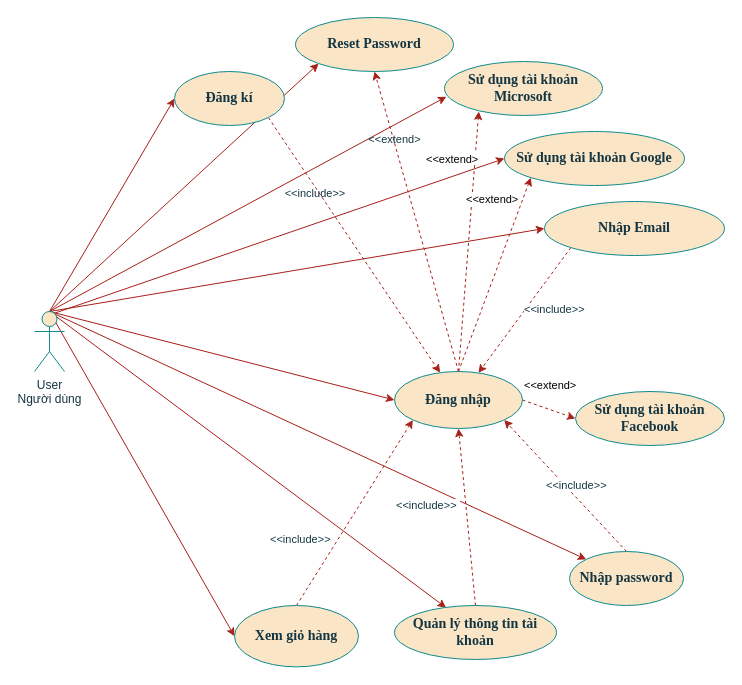
Above: page "Admin" (5 of 5) of shop-hubLaps.drawio in trinhkhanh29/Shop-hubLaps (draw.io), before the change. Source tidied: cells renumbered, new cells numbered last; positions are measured from the earlier drawing's top-left corner, leaving out a move shared by most shapes. Both pictures are drawn from the tidied source at 100%, with x=0, y=0 at pixel (34, 17).
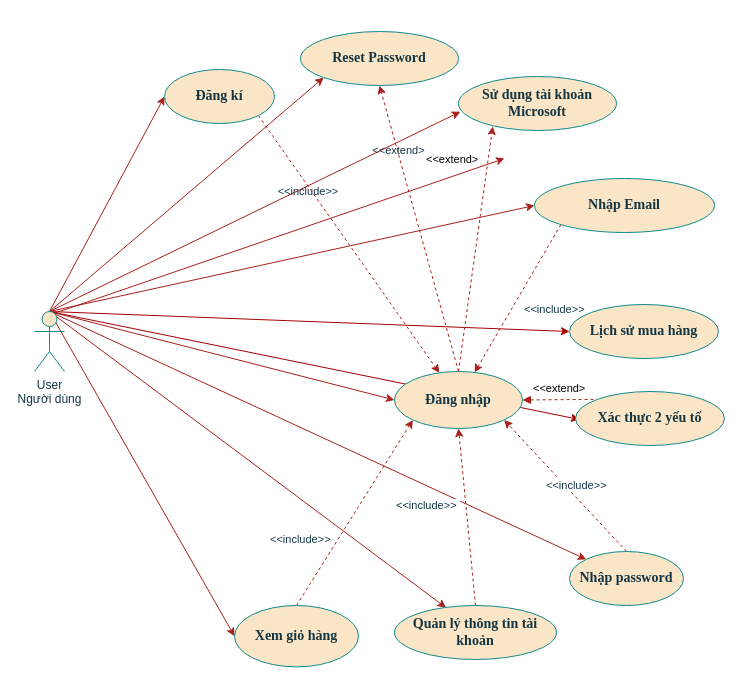
The same page after the edit.

The change refers to these unchanged cells:
```xml
<mxCell id="11" value="User&lt;div&gt;Người dùng&lt;/div&gt;" style="shape=umlActor;verticalLabelPosition=bottom;verticalAlign=top;html=1;labelBackgroundColor=none;fillColor=#FAE5C7;strokeColor=#0F8B8D;fontColor=#143642;" parent="1" vertex="1">
  <mxGeometry y="294" width="30" height="60" as="geometry" />
</mxCell>
<mxCell id="22" value="&lt;b&gt;Đăng nhập&lt;/b&gt;" style="ellipse;whiteSpace=wrap;html=1;fontFamily=Times New Roman;fontSize=14;labelBackgroundColor=none;fillColor=#FAE5C7;strokeColor=#0F8B8D;fontColor=#143642;" parent="1" vertex="1">
  <mxGeometry x="360" y="354" width="128" height="57" as="geometry" />
</mxCell>
```

Diff of the diagram source:
```diff
@@
-    <mxCell id="6" style="edgeStyle=none;rounded=0;jettySize=auto;html=1;exitX=0.25;exitY=0.1;exitDx=0;exitDy=0;exitPerimeter=0;entryX=0;entryY=0.5;entryDx=0;entryDy=0;labelBackgroundColor=none;strokeColor=#A8201A;fontColor=default;" parent="1" edge="1" source="11" target="32">
-      <mxGeometry relative="1" as="geometry" />
+    <mxCell id="6" style="edgeStyle=none;rounded=0;jettySize=auto;html=1;exitX=0.25;exitY=0.1;exitDx=0;exitDy=0;exitPerimeter=0;entryX=0;entryY=0.5;entryDx=0;entryDy=0;labelBackgroundColor=none;strokeColor=#A8201A;fontColor=default;" parent="1" edge="1" source="11">
+      <mxGeometry relative="1" as="geometry">
+        <mxPoint x="470" y="141" as="targetPoint" />
+      </mxGeometry>
     </mxCell>
@@
+    <mxCell id="43" style="rounded=0;jettySize=auto;html=1;exitX=0.5;exitY=0;exitDx=0;exitDy=0;exitPerimeter=0;entryX=0;entryY=0.5;entryDx=0;entryDy=0;strokeColor=#a80000;" parent="1" edge="1" source="11" target="45">
+      <mxGeometry relative="1" as="geometry" />
+    </mxCell>
+    <mxCell id="44" style="rounded=0;jettySize=auto;html=1;exitX=0.5;exitY=0;exitDx=0;exitDy=0;exitPerimeter=0;entryX=0.027;entryY=0.519;entryDx=0;entryDy=0;strokeColor=#a30000;entryPerimeter=0;" parent="1" edge="1" source="11" target="29">
+      <mxGeometry relative="1" as="geometry" />
+    </mxCell>
@@
     <mxCell id="12" value="&lt;b&gt;Reset Password&lt;/b&gt;" style="ellipse;whiteSpace=wrap;html=1;fontFamily=Times New Roman;fontSize=14;labelBackgroundColor=none;fillColor=#FAE5C7;strokeColor=#0F8B8D;fontColor=#143642;" parent="1" vertex="1">
-      <mxGeometry x="261" width="158" height="54" as="geometry" />
+      <mxGeometry x="266" y="14" width="158" height="54" as="geometry" />
     </mxCell>
@@
     <mxCell id="17" value="&lt;b&gt;Đăng kí&lt;/b&gt;" style="ellipse;whiteSpace=wrap;html=1;fontFamily=Times New Roman;fontSize=14;labelBackgroundColor=none;fillColor=#FAE5C7;strokeColor=#0F8B8D;fontColor=#143642;" parent="1" vertex="1">
-      <mxGeometry x="140" y="54" width="110" height="54" as="geometry" />
+      <mxGeometry x="130" y="52" width="110" height="54" as="geometry" />
     </mxCell>
@@
-    <mxCell id="20" style="edgeStyle=none;rounded=0;jettySize=auto;html=1;exitX=0.5;exitY=0;exitDx=0;exitDy=0;entryX=0;entryY=1;entryDx=0;entryDy=0;dashed=1;labelBackgroundColor=none;strokeColor=#A8201A;fontColor=default;" parent="1" edge="1" source="22" target="32">
-      <mxGeometry relative="1" as="geometry" />
-    </mxCell>
-    <mxCell id="21" style="edgeStyle=none;rounded=0;jettySize=auto;html=1;exitX=1;exitY=0.5;exitDx=0;exitDy=0;entryX=0;entryY=0.5;entryDx=0;entryDy=0;dashed=1;labelBackgroundColor=none;strokeColor=#A8201A;fontColor=default;" parent="1" edge="1" source="22" target="29">
+    <mxCell id="21" style="edgeStyle=none;rounded=0;jettySize=auto;html=1;exitX=1;exitY=0.5;exitDx=0;exitDy=0;entryX=0;entryY=0;entryDx=0;entryDy=0;dashed=1;labelBackgroundColor=none;strokeColor=#A8201A;fontColor=default;startArrow=block;startFill=1;endArrow=none;endFill=0;" parent="1" edge="1" source="22" target="29">
       <mxGeometry relative="1" as="geometry" />
     </mxCell>
@@
-    <mxCell id="29" value="&lt;b&gt;Sử dụng tài khoản Facebook&lt;/b&gt;" style="ellipse;whiteSpace=wrap;html=1;fontFamily=Times New Roman;fontSize=14;labelBackgroundColor=none;fillColor=#FAE5C7;strokeColor=#0F8B8D;fontColor=#143642;" parent="1" vertex="1">
+    <mxCell id="29" value="&lt;b&gt;Xác thực 2 yếu tố&lt;/b&gt;" style="ellipse;whiteSpace=wrap;html=1;fontFamily=Times New Roman;fontSize=14;labelBackgroundColor=none;fillColor=#FAE5C7;strokeColor=#0F8B8D;fontColor=#143642;" parent="1" vertex="1">
       <mxGeometry x="541" y="374" width="149" height="54" as="geometry" />
     </mxCell>
@@
     <mxCell id="31" value="&lt;b&gt;Sử dụng tài khoản Microsoft&lt;/b&gt;" style="ellipse;whiteSpace=wrap;html=1;fontFamily=Times New Roman;fontSize=14;labelBackgroundColor=none;fillColor=#FAE5C7;strokeColor=#0F8B8D;fontColor=#143642;" parent="1" vertex="1">
-      <mxGeometry x="410" y="44" width="158" height="54" as="geometry" />
+      <mxGeometry x="424" y="59" width="158" height="54" as="geometry" />
     </mxCell>
-    <mxCell id="32" value="&lt;b&gt;Sử dụng tài khoản Google&lt;/b&gt;" style="ellipse;whiteSpace=wrap;html=1;fontFamily=Times New Roman;fontSize=14;labelBackgroundColor=none;fillColor=#FAE5C7;strokeColor=#0F8B8D;fontColor=#143642;" parent="1" vertex="1">
-      <mxGeometry x="470" y="114" width="180" height="54" as="geometry" />
-    </mxCell>
@@
     <mxCell id="34" value="&lt;b&gt;Nhập Email&lt;/b&gt;" style="ellipse;whiteSpace=wrap;html=1;fontFamily=Times New Roman;fontSize=14;labelBackgroundColor=none;fillColor=#FAE5C7;strokeColor=#0F8B8D;fontColor=#143642;" parent="1" vertex="1">
-      <mxGeometry x="510" y="184" width="180" height="54" as="geometry" />
+      <mxGeometry x="500" y="161" width="180" height="54" as="geometry" />
     </mxCell>
@@
-    <mxCell id="37" value="&lt;span style=&quot;color: rgb(0, 0, 0); font-family: Helvetica; font-size: 11px; font-style: normal; font-variant-ligatures: normal; font-variant-caps: normal; font-weight: 400; letter-spacing: normal; orphans: 2; text-align: center; text-indent: 0px; text-transform: none; widows: 2; word-spacing: 0px; -webkit-text-stroke-width: 0px; white-space: nowrap; background-color: rgb(255, 255, 255); text-decoration-thickness: initial; text-decoration-style: initial; text-decoration-color: initial; display: inline !important; float: none;&quot;&gt;&amp;lt;&amp;lt;extend&amp;gt;&lt;/span&gt;" style="text;whiteSpace=wrap;html=1;labelBackgroundColor=none;fontColor=#143642;" parent="1" vertex="1">
-      <mxGeometry x="430" y="168" width="90" height="40" as="geometry" />
-    </mxCell>
     <mxCell id="38" value="&lt;span style=&quot;color: rgb(0, 0, 0); font-family: Helvetica; font-size: 11px; font-style: normal; font-variant-ligatures: normal; font-variant-caps: normal; font-weight: 400; letter-spacing: normal; orphans: 2; text-align: center; text-indent: 0px; text-transform: none; widows: 2; word-spacing: 0px; -webkit-text-stroke-width: 0px; white-space: nowrap; background-color: rgb(255, 255, 255); text-decoration-thickness: initial; text-decoration-style: initial; text-decoration-color: initial; display: inline !important; float: none;&quot;&gt;&amp;lt;&amp;lt;extend&amp;gt;&lt;/span&gt;" style="text;whiteSpace=wrap;html=1;labelBackgroundColor=none;fontColor=#143642;" parent="1" vertex="1">
-      <mxGeometry x="488" y="354" width="90" height="40" as="geometry" />
+      <mxGeometry x="497" y="357" width="92" height="41" as="geometry" />
     </mxCell>
@@
+    <mxCell id="45" value="&lt;b&gt;Lịch sử mua hàng&lt;/b&gt;" style="ellipse;whiteSpace=wrap;html=1;fontFamily=Times New Roman;fontSize=14;labelBackgroundColor=none;fillColor=#FAE5C7;strokeColor=#0F8B8D;fontColor=#143642;" parent="1" vertex="1">
+      <mxGeometry x="535" y="287" width="149" height="54" as="geometry" />
+    </mxCell>
```
